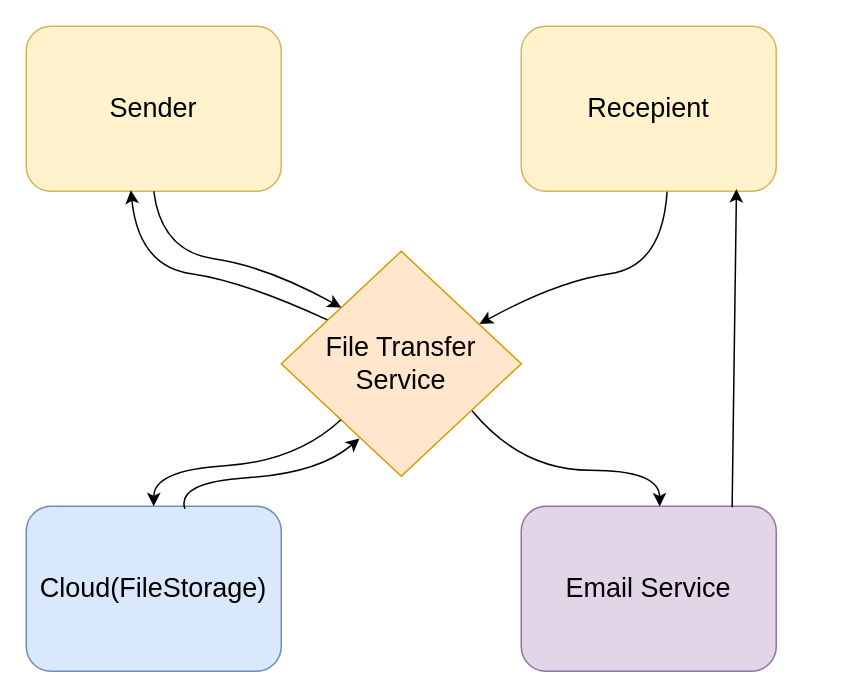
The draw.io diagram file_exchanger/docs/context.drawio in HolodTema/isu-culture-holodilov, before the edit. Source tidied: cells renumbered, new cells numbered last; positions are measured from the earlier drawing's top-left corner, leaving out a move shared by most shapes. Both pictures are drawn from the tidied source at 150%, with x=0, y=0 at pixel (26, 26).
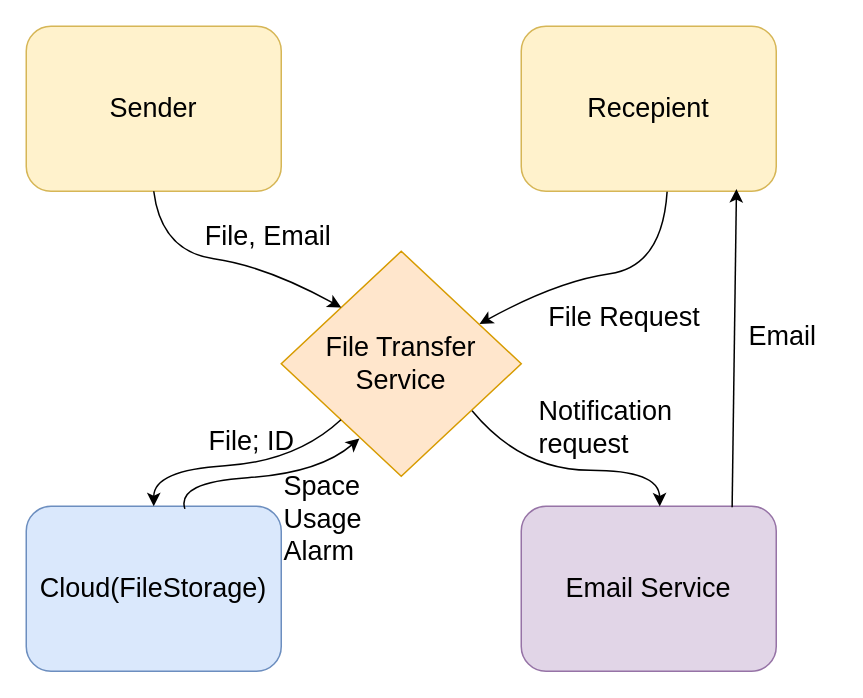
After the change.

Commit message:
Captions for lines in context diagram

The change refers to these unchanged cells:
```xml
<mxCell id="2" value="File Transfer Service" style="rhombus;whiteSpace=wrap;html=1;fontSize=18;fillColor=#ffe6cc;strokeColor=#d79b00;" parent="1" vertex="1">
  <mxGeometry x="170" y="150" width="160" height="150" as="geometry" />
</mxCell>
<mxCell id="3" value="Sender" style="rounded=1;whiteSpace=wrap;html=1;fontSize=18;fillColor=#fff2cc;strokeColor=#d6b656;" parent="1" vertex="1">
  <mxGeometry width="170" height="110" as="geometry" />
</mxCell>
<mxCell id="7" style="curved=1;endArrow=classic;html=1;rounded=0;entryX=0;entryY=0;entryDx=0;entryDy=0;exitX=0.5;exitY=1;exitDx=0;exitDy=0;fontSize=18;" parent="1" edge="1" source="3" target="2">
  <mxGeometry relative="1" as="geometry">
    <Array as="points">
      <mxPoint x="90" y="150" />
      <mxPoint x="160" y="160" />
    </Array>
  </mxGeometry>
</mxCell>
```

Change to the diagram source:
```diff
@@
-    <mxCell id="8" style="curved=1;endArrow=none;html=1;rounded=0;entryX=0.192;entryY=0.305;entryDx=0;entryDy=0;exitX=0.41;exitY=0.994;exitDx=0;exitDy=0;exitPerimeter=0;endFill=0;startArrow=classic;startFill=1;entryPerimeter=0;fontSize=18;" parent="1" edge="1" source="3" target="2">
-      <mxGeometry relative="1" as="geometry">
-        <Array as="points">
-          <mxPoint x="75" y="160" />
-          <mxPoint x="145" y="170" />
-        </Array>
-      </mxGeometry>
-    </mxCell>
+    <mxCell id="14" value="&lt;font style=&quot;font-size: 18px;&quot;&gt;File, Email&lt;/font&gt;" style="edgeLabel;html=1;align=center;verticalAlign=middle;" parent="7" vertex="1">
+      <mxGeometry x="0.22" y="1" relative="1" as="geometry">
+        <mxPoint x="8" y="-18" as="offset" />
+      </mxGeometry>
+    </mxCell>
@@
+    <mxCell id="15" value="&lt;font style=&quot;font-size: 18px;&quot;&gt;File Request&lt;/font&gt;&amp;nbsp;" style="edgeLabel;html=1;align=center;verticalAlign=middle;" parent="1" vertex="1">
+      <mxGeometry x="230" y="240" as="geometry">
+        <mxPoint x="169" y="-47" as="offset" />
+      </mxGeometry>
+    </mxCell>
+    <mxCell id="16" value="&lt;font style=&quot;font-size: 18px;&quot;&gt;Notification request&lt;/font&gt;" style="text;whiteSpace=wrap;html=1;" parent="1" vertex="1">
+      <mxGeometry x="340" y="240" width="100" height="50" as="geometry" />
+    </mxCell>
+    <mxCell id="17" value="&lt;font style=&quot;font-size: 18px;&quot;&gt;Email&lt;/font&gt;" style="text;whiteSpace=wrap;html=1;" parent="1" vertex="1">
+      <mxGeometry x="480" y="190" width="60" height="30" as="geometry" />
+    </mxCell>
+    <mxCell id="18" value="&lt;font style=&quot;font-size: 18px;&quot;&gt;File; ID&lt;/font&gt;" style="text;whiteSpace=wrap;html=1;" parent="1" vertex="1">
+      <mxGeometry x="120" y="260" width="60" height="50" as="geometry" />
+    </mxCell>
+    <mxCell id="19" value="&lt;font style=&quot;font-size: 18px;&quot;&gt;Space Usage Alarm&lt;/font&gt;" style="text;whiteSpace=wrap;html=1;" parent="1" vertex="1">
+      <mxGeometry x="170" y="290" width="60" height="30" as="geometry" />
+    </mxCell>
```
